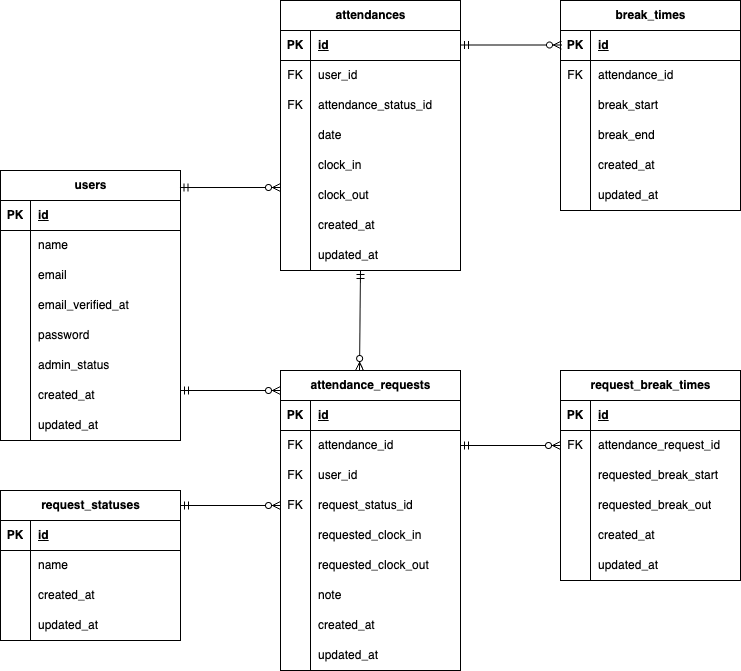
Earlier version of the draw.io export docs/er.drawio.png (YumiOotake/Attendance-Management-test). Source tidied: cells renumbered, new cells last; positions are measured from the earlier drawing's top-left corner, leaving out a move shared by most shapes.
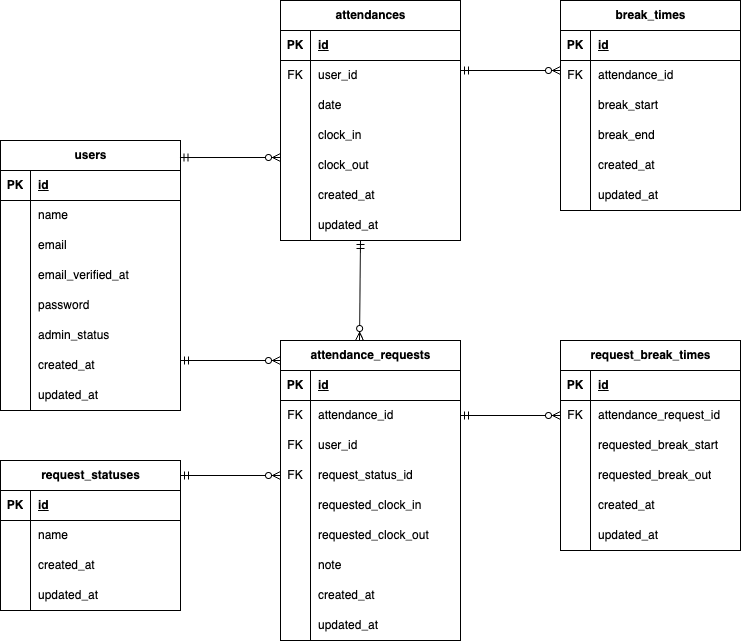
After the change.

What changed in the source:
```diff
@@ -78,7 +78,7 @@
       <mxGeometry x="30" width="150" height="30" as="geometry" />
     </mxCell>
     <mxCell id="27" value="attendances" style="shape=table;startSize=30;rowLines=0;fontStyle=1;align=center;html=1;" parent="1" vertex="1">
-      <mxGeometry x="280" width="180" height="270" as="geometry" />
+      <mxGeometry x="280" y="30" width="180" height="240" as="geometry" />
     </mxCell>
     <mxCell id="28" style="shape=tableRow;horizontal=0;startSize=0;swimlaneHead=0;swimlaneBody=0;fillColor=none;top=0;left=0;right=0;bottom=1;" parent="27" vertex="1">
       <mxGeometry y="30" width="180" height="30" as="geometry" />
@@ -98,17 +98,8 @@
     <mxCell id="33" value="user_id" style="shape=partialRectangle;fillColor=none;top=0;left=0;bottom=0;right=0;align=left;spacingLeft=6;overflow=hidden;whiteSpace=wrap;html=1;" parent="31" vertex="1">
       <mxGeometry x="30" width="150" height="30" as="geometry" />
     </mxCell>
-    <mxCell id="34" style="shape=tableRow;horizontal=0;startSize=0;swimlaneHead=0;swimlaneBody=0;fillColor=none;top=0;left=0;right=0;bottom=0;" parent="27" vertex="1">
-      <mxGeometry y="90" width="180" height="30" as="geometry" />
-    </mxCell>
-    <mxCell id="35" value="FK" style="shape=partialRectangle;fillColor=none;top=0;left=0;bottom=0;right=0;overflow=hidden;whiteSpace=wrap;html=1;" parent="34" vertex="1">
-      <mxGeometry width="30" height="30" as="geometry" />
-    </mxCell>
-    <mxCell id="36" value="attendance_status_id" style="shape=partialRectangle;fillColor=none;top=0;left=0;bottom=0;right=0;align=left;spacingLeft=6;overflow=hidden;whiteSpace=wrap;html=1;" parent="34" vertex="1">
-      <mxGeometry x="30" width="150" height="30" as="geometry" />
-    </mxCell>
     <mxCell id="37" style="shape=tableRow;horizontal=0;startSize=0;swimlaneHead=0;swimlaneBody=0;fillColor=none;top=0;left=0;right=0;bottom=0;" parent="27" vertex="1">
-      <mxGeometry y="120" width="180" height="30" as="geometry" />
+      <mxGeometry y="90" width="180" height="30" as="geometry" />
     </mxCell>
     <mxCell id="38" style="shape=partialRectangle;fillColor=none;top=0;left=0;bottom=0;right=0;overflow=hidden;whiteSpace=wrap;html=1;" parent="37" vertex="1">
       <mxGeometry width="30" height="30" as="geometry" />
@@ -117,7 +108,7 @@
       <mxGeometry x="30" width="150" height="30" as="geometry" />
     </mxCell>
     <mxCell id="40" style="shape=tableRow;horizontal=0;startSize=0;swimlaneHead=0;swimlaneBody=0;fillColor=none;top=0;left=0;right=0;bottom=0;" parent="27" vertex="1">
-      <mxGeometry y="150" width="180" height="30" as="geometry" />
+      <mxGeometry y="120" width="180" height="30" as="geometry" />
     </mxCell>
     <mxCell id="41" style="shape=partialRectangle;fillColor=none;top=0;left=0;bottom=0;right=0;overflow=hidden;whiteSpace=wrap;html=1;" parent="40" vertex="1">
       <mxGeometry width="30" height="30" as="geometry" />
@@ -126,7 +117,7 @@
       <mxGeometry x="30" width="150" height="30" as="geometry" />
     </mxCell>
     <mxCell id="43" style="shape=tableRow;horizontal=0;startSize=0;swimlaneHead=0;swimlaneBody=0;fillColor=none;top=0;left=0;right=0;bottom=0;" parent="27" vertex="1">
-      <mxGeometry y="180" width="180" height="30" as="geometry" />
+      <mxGeometry y="150" width="180" height="30" as="geometry" />
     </mxCell>
     <mxCell id="44" style="shape=partialRectangle;fillColor=none;top=0;left=0;bottom=0;right=0;overflow=hidden;whiteSpace=wrap;html=1;" parent="43" vertex="1">
       <mxGeometry width="30" height="30" as="geometry" />
@@ -135,7 +126,7 @@
       <mxGeometry x="30" width="150" height="30" as="geometry" />
     </mxCell>
     <mxCell id="46" style="shape=tableRow;horizontal=0;startSize=0;swimlaneHead=0;swimlaneBody=0;fillColor=none;top=0;left=0;right=0;bottom=0;" parent="27" vertex="1">
-      <mxGeometry y="210" width="180" height="30" as="geometry" />
+      <mxGeometry y="180" width="180" height="30" as="geometry" />
     </mxCell>
     <mxCell id="47" style="shape=partialRectangle;fillColor=none;top=0;left=0;bottom=0;right=0;overflow=hidden;whiteSpace=wrap;html=1;" parent="46" vertex="1">
       <mxGeometry width="30" height="30" as="geometry" />
@@ -144,7 +135,7 @@
       <mxGeometry x="30" width="150" height="30" as="geometry" />
     </mxCell>
     <mxCell id="49" style="shape=tableRow;horizontal=0;startSize=0;swimlaneHead=0;swimlaneBody=0;fillColor=none;top=0;left=0;right=0;bottom=0;" parent="27" vertex="1">
-      <mxGeometry y="240" width="180" height="30" as="geometry" />
+      <mxGeometry y="210" width="180" height="30" as="geometry" />
     </mxCell>
     <mxCell id="50" style="shape=partialRectangle;fillColor=none;top=0;left=0;bottom=0;right=0;overflow=hidden;whiteSpace=wrap;html=1;" parent="49" vertex="1">
       <mxGeometry width="30" height="30" as="geometry" />
@@ -333,7 +324,7 @@
       <mxGeometry x="30" width="150" height="30" as="geometry" />
     </mxCell>
     <mxCell id="112" value="break_times" style="shape=table;startSize=30;rowLines=0;fontStyle=1;align=center;html=1;" parent="1" vertex="1">
-      <mxGeometry x="560" width="180" height="210" as="geometry" />
+      <mxGeometry x="560" y="30" width="180" height="210" as="geometry" />
     </mxCell>
     <mxCell id="113" style="shape=tableRow;horizontal=0;startSize=0;swimlaneHead=0;swimlaneBody=0;fillColor=none;top=0;left=0;right=0;bottom=1;" parent="112" vertex="1">
       <mxGeometry y="30" width="180" height="30" as="geometry" />
@@ -394,10 +385,10 @@
         <mxPoint x="280" y="187" as="targetPoint" />
       </mxGeometry>
     </mxCell>
-    <mxCell id="132" style="fontSize=12;html=1;endArrow=ERzeroToMany;startArrow=ERmandOne;exitX=0.997;exitY=0.063;exitDx=0;exitDy=0;exitPerimeter=0;" parent="1" edge="1">
+    <mxCell id="132" style="fontSize=12;html=1;endArrow=ERzeroToMany;startArrow=ERmandOne;" parent="1" edge="1">
       <mxGeometry relative="1" as="geometry">
-        <mxPoint x="460" y="44.5" as="sourcePoint" />
-        <mxPoint x="561" y="44.5" as="targetPoint" />
+        <mxPoint x="460" y="100" as="sourcePoint" />
+        <mxPoint x="560" y="100" as="targetPoint" />
       </mxGeometry>
     </mxCell>
     <mxCell id="133" style="fontSize=12;html=1;endArrow=ERzeroToMany;startArrow=ERmandOne;exitX=1;exitY=0.5;exitDx=0;exitDy=0;entryX=0;entryY=0.5;entryDx=0;entryDy=0;" parent="1" edge="1" source="56" target="97">
```
